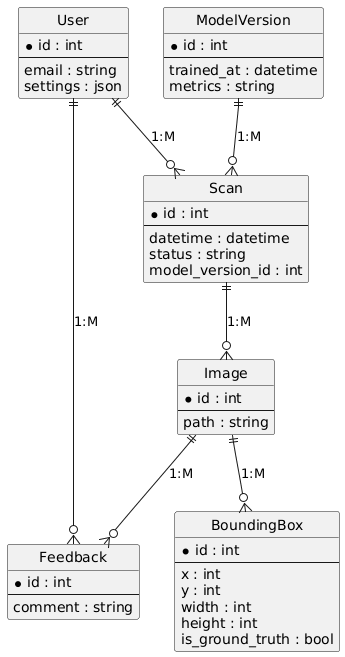
Earlier version of the PlantUML export docs/er.png (timourka/diplom).
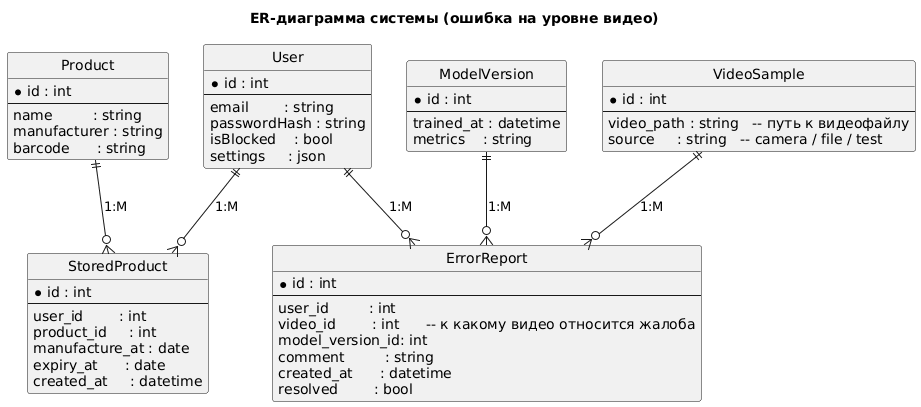
The same diagram one commit later.

Change to the diagram source:
```diff
@@ -1,54 +1,66 @@
 @startuml
 hide circle
+title ER-диаграмма системы (ошибка на уровне видео)
 
 entity "User" as User {
     * id : int
     --
-    email : string
-    settings : json
+    email        : string
+    passwordHash : string
+    isBlocked    : bool
+    settings     : json
 }
 
-entity "Scan" as Scan {
+entity "Product" as Product {
     * id : int
     --
-    datetime : datetime
-    status : string
-    model_version_id : int
+    name         : string
+    manufacturer : string
+    barcode      : string
 }
 
-entity "Image" as Image {
+entity "StoredProduct" as StoredProduct {
     * id : int
     --
-    path : string
+    user_id        : int
+    product_id     : int
+    manufacture_at : date
+    expiry_at      : date
+    created_at     : datetime
 }
 
-entity "BoundingBox" as BoundingBox {
+entity "VideoSample" as VideoSample {
     * id : int
     --
-    x : int
-    y : int
-    width : int
-    height : int
-    is_ground_truth : bool
+    video_path : string   -- путь к видеофайлу
+    source     : string   -- camera / file / test
 }
 
 entity "ModelVersion" as ModelVersion {
     * id : int
     --
     trained_at : datetime
-    metrics : string
+    metrics    : string
 }
 
-entity "Feedback" as Feedback {
+entity "ErrorReport" as ErrorReport {
     * id : int
     --
-    comment : string
+    user_id         : int
+    video_id        : int      -- к какому видео относится жалоба
+    model_version_id: int
+    comment         : string
+    created_at      : datetime
+    resolved        : bool
 }
 
-User ||--o{ Scan : "1:M"
-Scan ||--o{ Image : "1:M"
-Image ||--o{ BoundingBox : "1:M"
-ModelVersion ||--o{ Scan : "1:M"
-User ||--o{ Feedback : "1:M"
-Image ||--o{ Feedback : "1:M"
+
+User ||--o{ StoredProduct : "1:M"
+User ||--o{ ErrorReport   : "1:M"
+
+Product ||--o{ StoredProduct : "1:M"
+
+VideoSample ||--o{ ErrorReport : "1:M"
+
+ModelVersion ||--o{ ErrorReport : "1:M"
 @enduml
```
